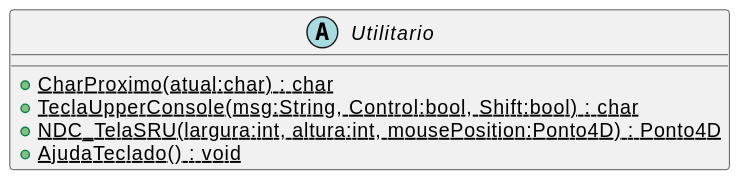
The PlantUML diagram CG_Biblioteca/svg/plantuml/Utilitario.svg in dalton-reis/CG_2024_1, before a commit. Source of this version:
```plantuml
@startuml
abstract class Utilitario {
    + {static} CharProximo(atual:char) : char
    + {static} TeclaUpperConsole(msg:String, Control:bool, Shift:bool) : char
    + {static} NDC_TelaSRU(largura:int, altura:int, mousePosition:Ponto4D) : Ponto4D
    + {static} AjudaTeclado() : void
}
@enduml
```
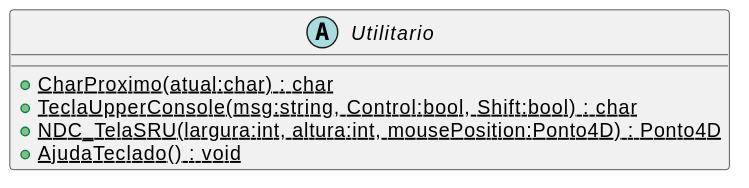
Later version of the same file.

What changed in the source:
```diff
@@ -1,7 +1,7 @@
 @startuml
 abstract class Utilitario {
     + {static} CharProximo(atual:char) : char
-    + {static} TeclaUpperConsole(msg:String, Control:bool, Shift:bool) : char
+    + {static} TeclaUpperConsole(msg:string, Control:bool, Shift:bool) : char
     + {static} NDC_TelaSRU(largura:int, altura:int, mousePosition:Ponto4D) : Ponto4D
     + {static} AjudaTeclado() : void
 }
```
